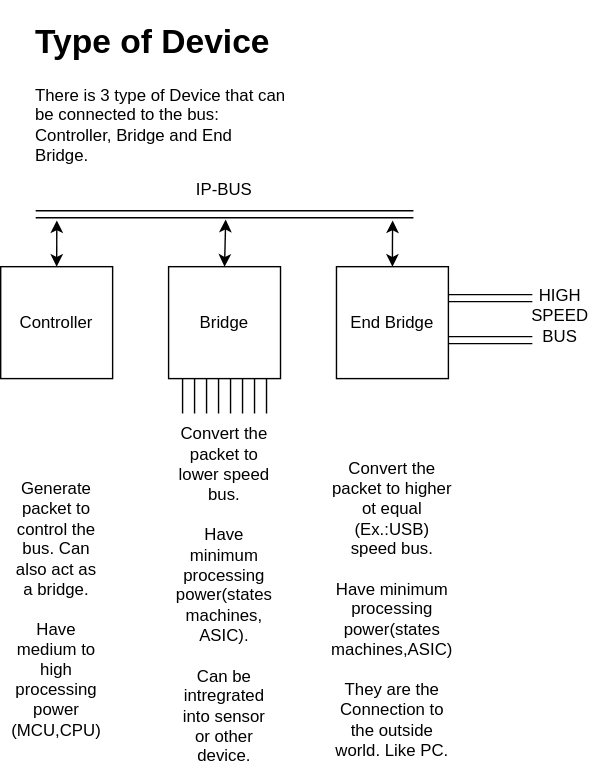
This is Controller_Bridge.svg from cdg66/BUS_figures, a draw.io export, as it was before one commit. Source tidied: cells renumbered, new cells last; positions are measured from the earlier drawing's top-left corner, leaving out a move shared by most shapes.
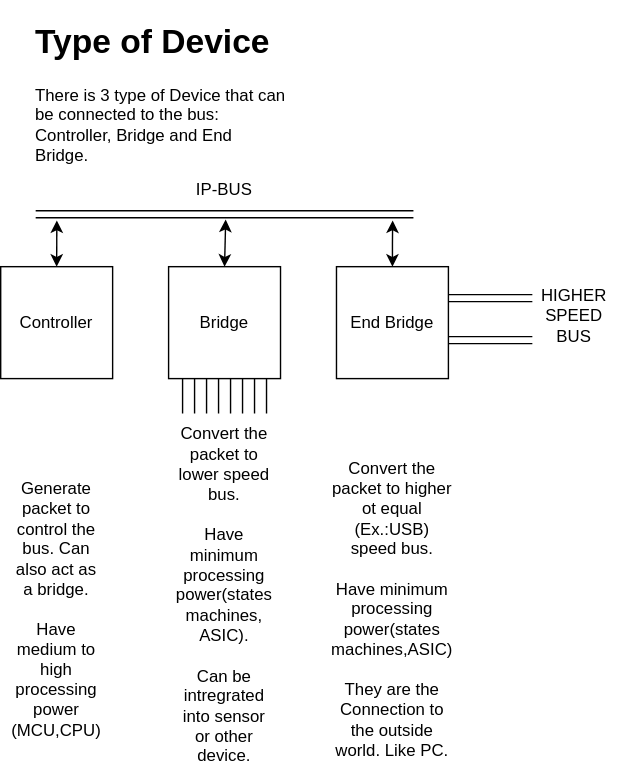
After the change.

What changed in the source:
```diff
@@ -47,8 +47,8 @@
     <mxCell id="16" value="IP-BUS" style="text;html=1;strokeColor=none;fillColor=none;align=center;verticalAlign=middle;whiteSpace=wrap;rounded=0;" parent="1" vertex="1">
       <mxGeometry x="130" y="110" width="60" height="30" as="geometry" />
     </mxCell>
-    <mxCell id="17" value="HIGH SPEED BUS" style="text;html=1;strokeColor=none;fillColor=none;align=center;verticalAlign=middle;whiteSpace=wrap;rounded=0;" parent="1" vertex="1">
-      <mxGeometry x="370" y="200" width="60" height="30" as="geometry" />
+    <mxCell id="17" value="&lt;div&gt;HIGHER&lt;/div&gt;&lt;div&gt;SPEED BUS&lt;/div&gt;" style="text;html=1;strokeColor=none;fillColor=none;align=center;verticalAlign=middle;whiteSpace=wrap;rounded=0;" parent="1" vertex="1">
+      <mxGeometry x="380" y="200" width="60" height="30" as="geometry" />
     </mxCell>
   </root>
 </mxGraphModel>
```
